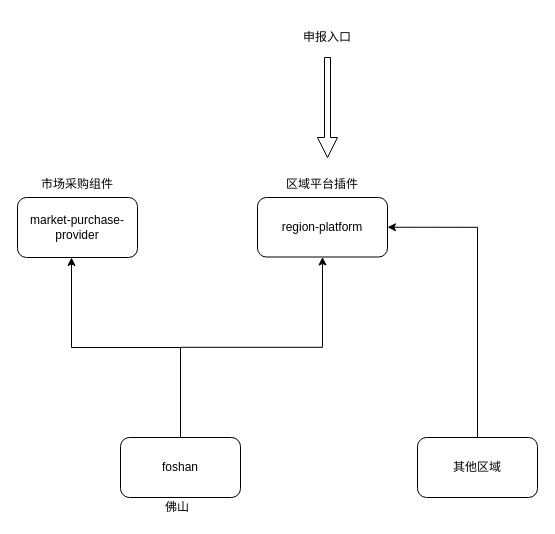
Earlier version of the draw.io diagram 1039.drawio (JessiyLee/my-diagrams). Source tidied: cells renumbered, new cells numbered last; positions are measured from the earlier drawing's top-left corner, leaving out a move shared by most shapes. Both pictures are drawn from the tidied source at 100%, with x=0, y=0 at pixel (17, 17).
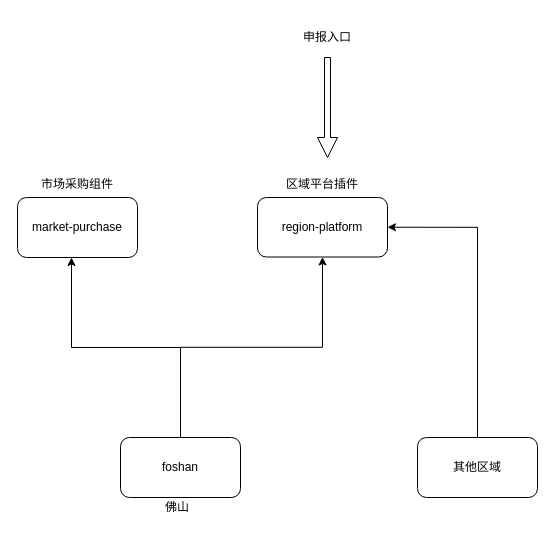
After the change.

What changed in the source:
```diff
@@
 <mxGraphModel>
   <root>
     <mxCell id="0" />
     <mxCell id="1" parent="0" />
     <mxCell id="2" value="region-platform" style="rounded=1;whiteSpace=wrap;html=1;" parent="1" vertex="1">
       <mxGeometry x="240" y="180" width="130" height="59.5" as="geometry" />
     </mxCell>
     <mxCell id="3" style="edgeStyle=orthogonalEdgeStyle;rounded=0;jettySize=auto;html=1;exitX=0.5;exitY=0;exitDx=0;exitDy=0;entryX=0.45;entryY=1;entryDx=0;entryDy=0;entryPerimeter=0;" parent="1" edge="1" source="5" target="8">
       <mxGeometry relative="1" as="geometry" />
     </mxCell>
     <mxCell id="4" style="edgeStyle=orthogonalEdgeStyle;rounded=0;jettySize=auto;html=1;exitX=0.5;exitY=0;exitDx=0;exitDy=0;entryX=0.5;entryY=1;entryDx=0;entryDy=0;" parent="1" edge="1" source="5" target="2">
       <mxGeometry relative="1" as="geometry" />
     </mxCell>
     <mxCell id="5" value="foshan" style="rounded=1;whiteSpace=wrap;html=1;" parent="1" vertex="1">
       <mxGeometry x="103" y="420" width="120" height="60" as="geometry" />
     </mxCell>
     <mxCell id="6" value="区域平台插件" style="text;html=1;strokeColor=none;fillColor=none;align=center;verticalAlign=middle;whiteSpace=wrap;rounded=0;" parent="1" vertex="1">
       <mxGeometry x="255" y="157" width="100" height="20" as="geometry" />
     </mxCell>
     <mxCell id="7" value="佛山" style="text;html=1;strokeColor=none;fillColor=none;align=center;verticalAlign=middle;whiteSpace=wrap;rounded=0;" parent="1" vertex="1">
       <mxGeometry x="110" y="480" width="100" height="20" as="geometry" />
     </mxCell>
-    <mxCell id="8" value="market-purchase-provider" style="rounded=1;whiteSpace=wrap;html=1;" parent="1" vertex="1">
+    <mxCell id="8" value="market-purchase" style="rounded=1;whiteSpace=wrap;html=1;" parent="1" vertex="1">
       <mxGeometry y="180" width="120" height="60" as="geometry" />
     </mxCell>
     <mxCell id="9" value="市场采购组件" style="text;html=1;strokeColor=none;fillColor=none;align=center;verticalAlign=middle;whiteSpace=wrap;rounded=0;" parent="1" vertex="1">
       <mxGeometry x="10" y="157" width="100" height="20" as="geometry" />
     </mxCell>
     <mxCell id="10" style="shape=singleArrow;direction=south;whiteSpace=wrap;html=1;" parent="1" vertex="1">
       <mxGeometry x="300" y="40" width="20" height="100" as="geometry" />
     </mxCell>
     <mxCell id="11" value="申报入口" style="text;html=1;strokeColor=none;fillColor=none;align=center;verticalAlign=middle;whiteSpace=wrap;rounded=0;" parent="1" vertex="1">
       <mxGeometry x="260" width="100" height="40" as="geometry" />
     </mxCell>
     <mxCell id="12" style="edgeStyle=orthogonalEdgeStyle;rounded=0;jettySize=auto;html=1;exitX=0.5;exitY=0;exitDx=0;exitDy=0;entryX=1;entryY=0.5;entryDx=0;entryDy=0;" parent="1" edge="1" source="13" target="2">
       <mxGeometry relative="1" as="geometry" />
     </mxCell>
     <mxCell id="13" value="其他区域" style="rounded=1;whiteSpace=wrap;html=1;" parent="1" vertex="1">
       <mxGeometry x="400" y="420" width="120" height="60" as="geometry" />
     </mxCell>
   </root>
 </mxGraphModel>
```
